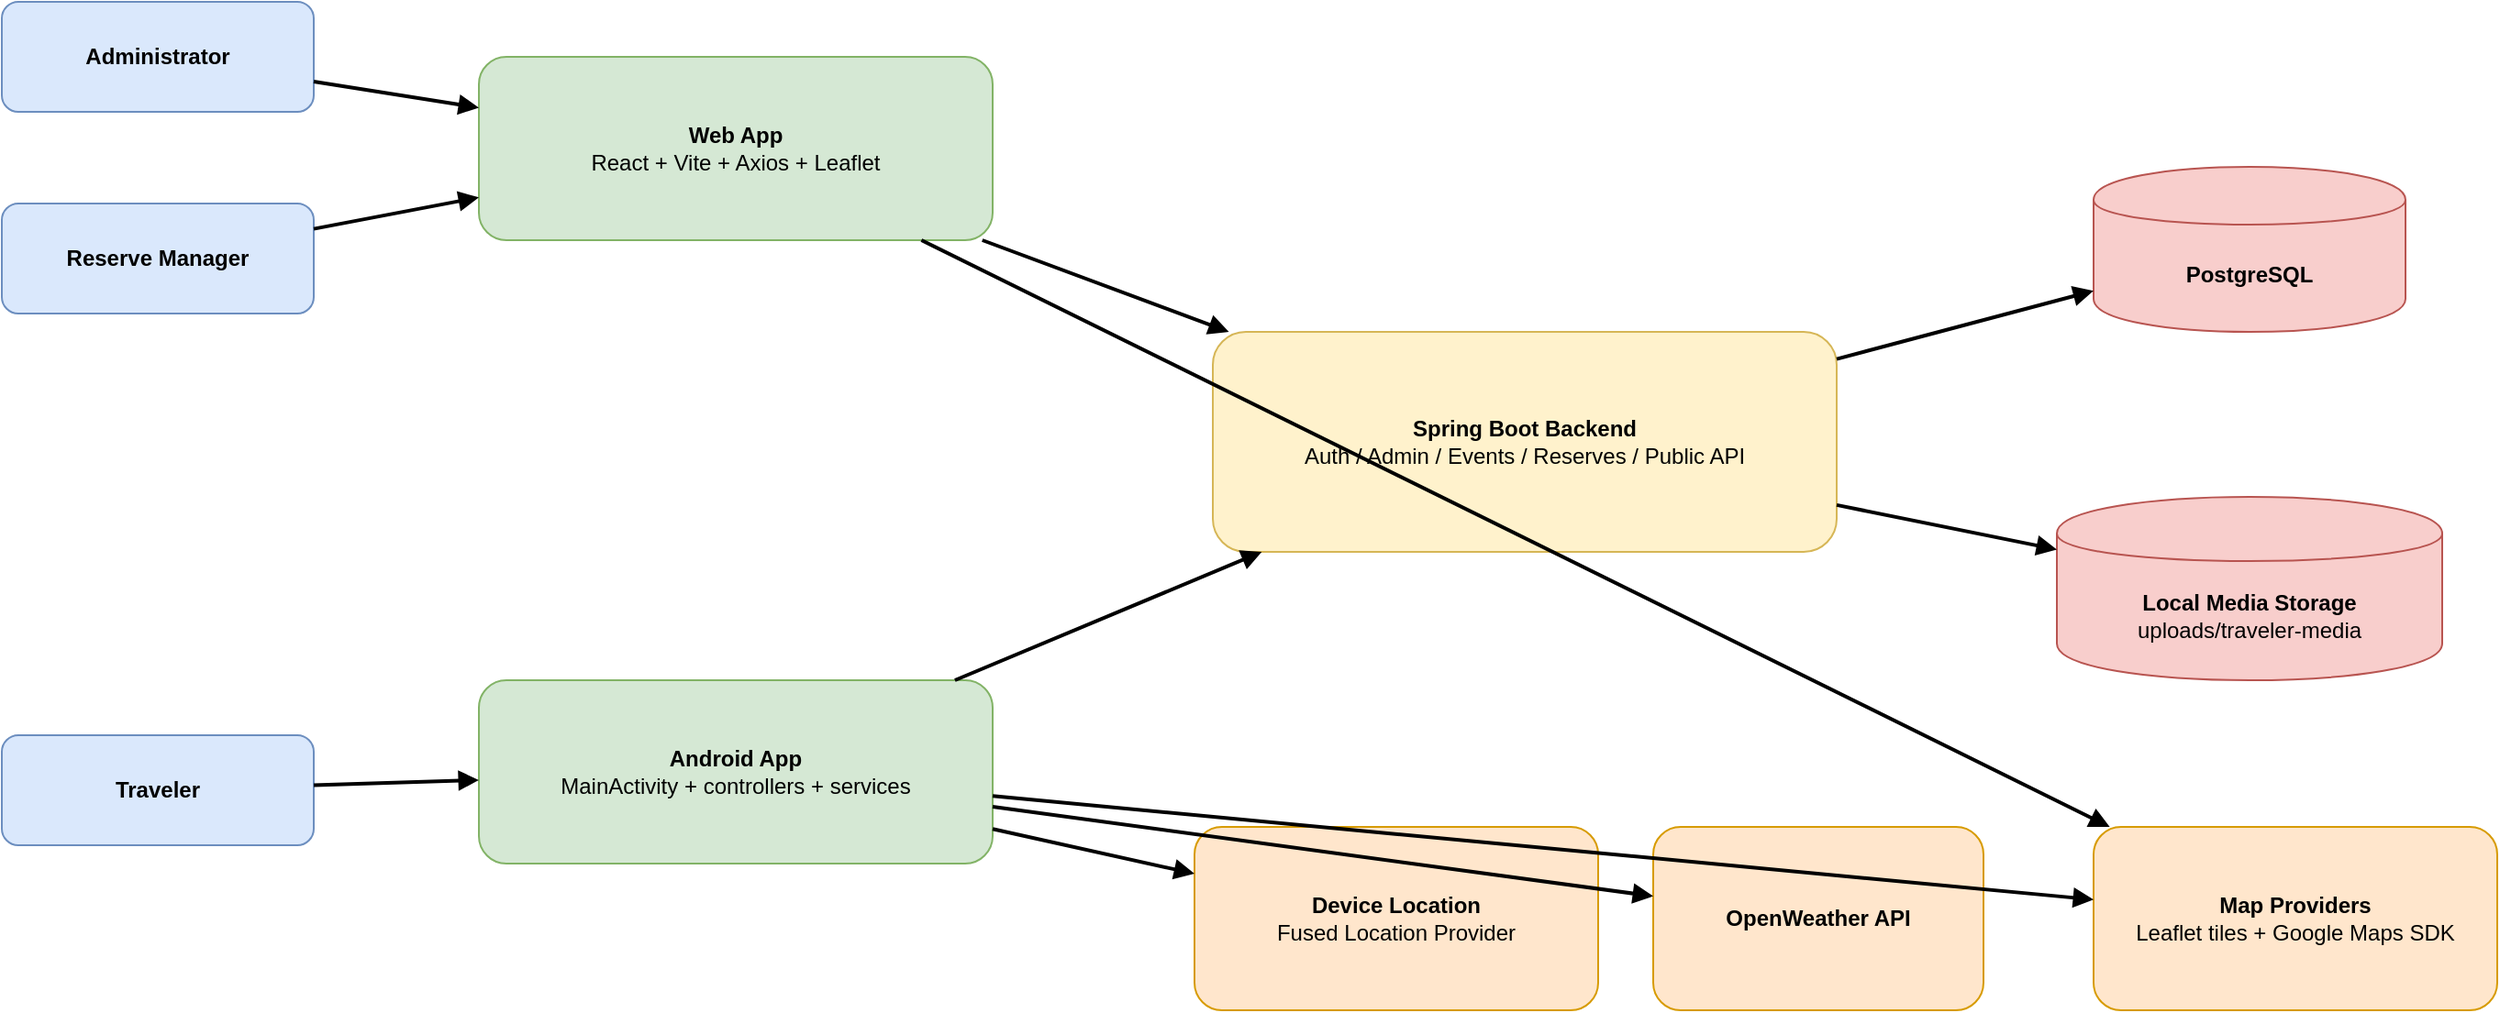
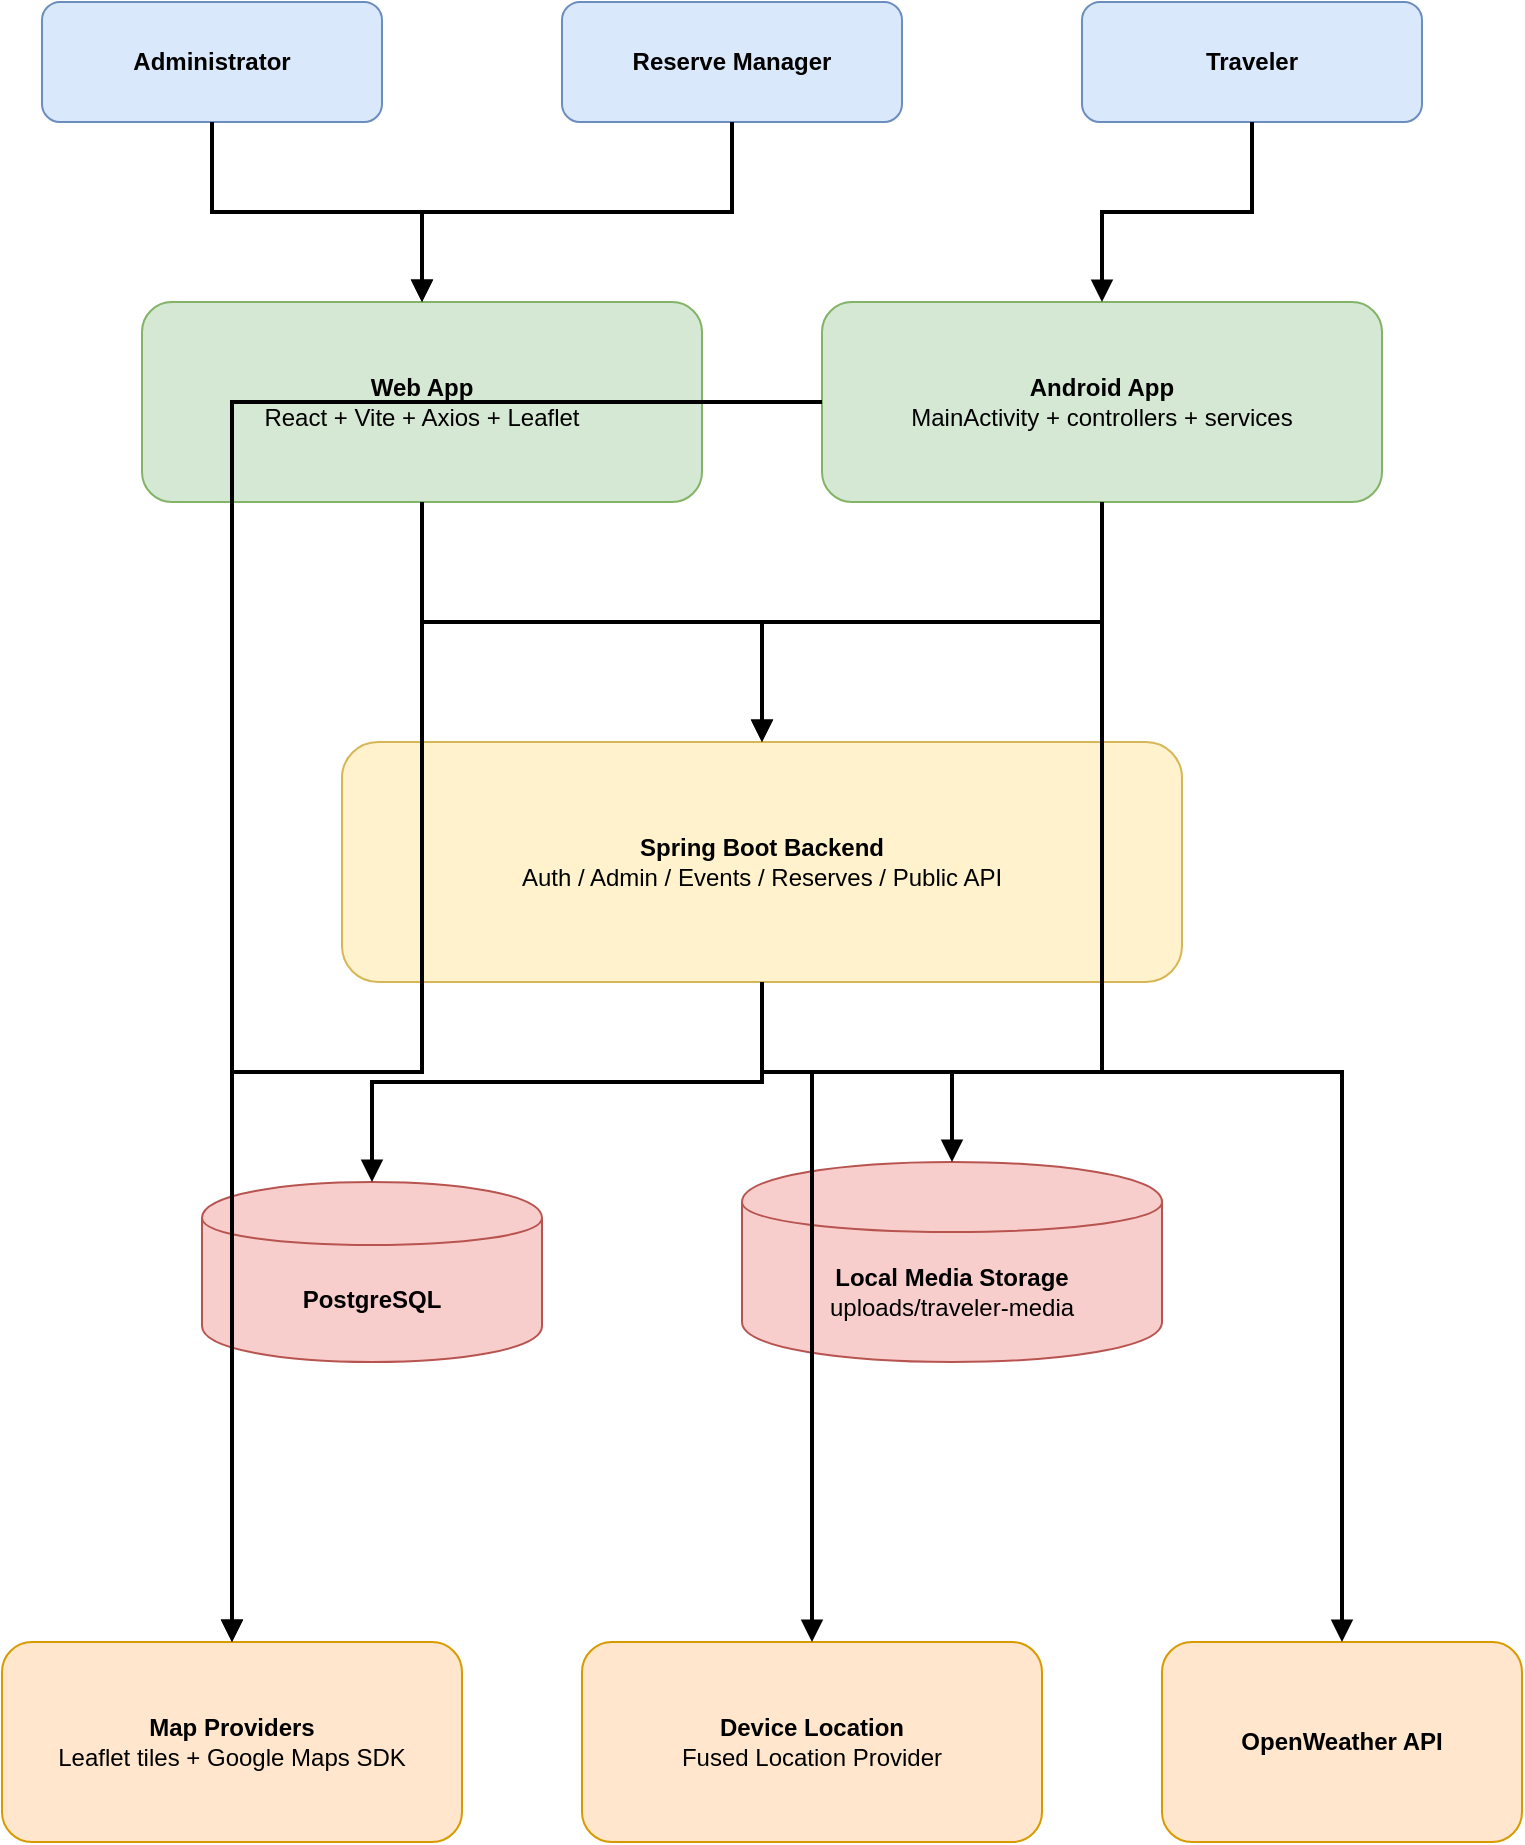
<mxfile host="Electron" agent="Mozilla/5.0 (Windows NT 10.0; Win64; x64) AppleWebKit/537.36 (KHTML, like Gecko) draw.io/29.6.6 Chrome/144.0.7559.236 Electron/40.8.4 Safari/537.36" version="29.6.6">
  <diagram id="system-architecture-diagram" name="Page-1">
-     <mxGraphModel dx="1188" dy="771" grid="1" gridSize="10" guides="1" tooltips="1" connect="1" arrows="1" fold="1" page="1" pageScale="1" pageWidth="1800" pageHeight="1000" math="0" shadow="0">
+     <mxGraphModel dx="1188" dy="771" grid="1" gridSize="10" guides="1" tooltips="1" connect="1" arrows="1" fold="1" page="1" pageScale="1" pageWidth="1200" pageHeight="1700" math="0" shadow="0">
      <root>
        <mxCell id="0" />
        <mxCell id="1" parent="0" />
        <mxCell id="admin" parent="1" style="rounded=1;whiteSpace=wrap;html=1;fillColor=#dae8fc;strokeColor=#6c8ebf;fontStyle=1;" value="Administrator" vertex="1">
-           <mxGeometry x="40" y="120" width="170" height="60" as="geometry" />
+           <mxGeometry x="120" y="60" width="170" height="60" as="geometry" />
        </mxCell>
        <mxCell id="manager" parent="1" style="rounded=1;whiteSpace=wrap;html=1;fillColor=#dae8fc;strokeColor=#6c8ebf;fontStyle=1;" value="Reserve Manager" vertex="1">
-           <mxGeometry x="40" y="230" width="170" height="60" as="geometry" />
+           <mxGeometry x="380" y="60" width="170" height="60" as="geometry" />
        </mxCell>
        <mxCell id="traveler" parent="1" style="rounded=1;whiteSpace=wrap;html=1;fillColor=#dae8fc;strokeColor=#6c8ebf;fontStyle=1;" value="Traveler" vertex="1">
-           <mxGeometry x="40" y="520" width="170" height="60" as="geometry" />
+           <mxGeometry x="640" y="60" width="170" height="60" as="geometry" />
        </mxCell>
        <mxCell id="web" parent="1" style="rounded=1;whiteSpace=wrap;html=1;fillColor=#d5e8d4;strokeColor=#82b366;fontStyle=1;" value="Web App&lt;br&gt;&lt;span style=&quot;font-weight: normal;&quot;&gt;React + Vite + Axios + Leaflet&lt;/span&gt;" vertex="1">
-           <mxGeometry x="300" y="150" width="280" height="100" as="geometry" />
+           <mxGeometry x="170" y="210" width="280" height="100" as="geometry" />
        </mxCell>
        <mxCell id="mobile" parent="1" style="rounded=1;whiteSpace=wrap;html=1;fillColor=#d5e8d4;strokeColor=#82b366;fontStyle=1;" value="Android App&lt;br&gt;&lt;span style=&quot;font-weight: normal;&quot;&gt;MainActivity + controllers + services&lt;/span&gt;" vertex="1">
-           <mxGeometry x="300" y="490" width="280" height="100" as="geometry" />
+           <mxGeometry x="510" y="210" width="280" height="100" as="geometry" />
        </mxCell>
        <mxCell id="backend" parent="1" style="rounded=1;whiteSpace=wrap;html=1;fillColor=#fff2cc;strokeColor=#d6b656;fontStyle=1;" value="Spring Boot Backend&lt;br&gt;&lt;span style=&quot;font-weight: normal;&quot;&gt;Auth / Admin / Events / Reserves / Public API&lt;/span&gt;" vertex="1">
-           <mxGeometry x="700" y="300" width="340" height="120" as="geometry" />
+           <mxGeometry x="270" y="430" width="420" height="120" as="geometry" />
        </mxCell>
        <mxCell id="db" parent="1" style="shape=cylinder;whiteSpace=wrap;html=1;boundedLbl=1;fillColor=#f8cecc;strokeColor=#b85450;fontStyle=1;" value="PostgreSQL" vertex="1">
-           <mxGeometry x="1180" y="210" width="170" height="90" as="geometry" />
+           <mxGeometry x="200" y="650" width="170" height="90" as="geometry" />
        </mxCell>
        <mxCell id="media" parent="1" style="shape=cylinder;whiteSpace=wrap;html=1;boundedLbl=1;fillColor=#f8cecc;strokeColor=#b85450;fontStyle=1;" value="Local Media Storage&lt;br&gt;&lt;span style=&quot;font-weight: normal;&quot;&gt;uploads/traveler-media&lt;/span&gt;" vertex="1">
-           <mxGeometry x="1160" y="390" width="210" height="100" as="geometry" />
+           <mxGeometry x="470" y="640" width="210" height="100" as="geometry" />
        </mxCell>
        <mxCell id="maps" parent="1" style="rounded=1;whiteSpace=wrap;html=1;fillColor=#ffe6cc;strokeColor=#d79b00;fontStyle=1;" value="Map Providers&lt;br&gt;&lt;span style=&quot;font-weight: normal;&quot;&gt;Leaflet tiles + Google Maps SDK&lt;/span&gt;" vertex="1">
-           <mxGeometry x="1180" y="570" width="220" height="100" as="geometry" />
+           <mxGeometry x="100" y="880" width="230" height="100" as="geometry" />
        </mxCell>
        <mxCell id="location" parent="1" style="rounded=1;whiteSpace=wrap;html=1;fillColor=#ffe6cc;strokeColor=#d79b00;fontStyle=1;" value="Device Location&lt;br&gt;&lt;span style=&quot;font-weight: normal;&quot;&gt;Fused Location Provider&lt;/span&gt;" vertex="1">
-           <mxGeometry x="690" y="570" width="220" height="100" as="geometry" />
+           <mxGeometry x="390" y="880" width="230" height="100" as="geometry" />
        </mxCell>
        <mxCell id="weather" parent="1" style="rounded=1;whiteSpace=wrap;html=1;fillColor=#ffe6cc;strokeColor=#d79b00;fontStyle=1;" value="OpenWeather API" vertex="1">
-           <mxGeometry x="940" y="570" width="180" height="100" as="geometry" />
+           <mxGeometry x="680" y="880" width="180" height="100" as="geometry" />
        </mxCell>
-         <mxCell id="e1" edge="1" parent="1" source="admin" target="web" style="endArrow=block;endFill=1;html=1;rounded=0;strokeWidth=2;">
+         <mxCell id="e1" edge="1" parent="1" source="admin" target="web" style="edgeStyle=orthogonalEdgeStyle;rounded=0;orthogonalLoop=1;jettySize=auto;endArrow=block;endFill=1;html=1;strokeWidth=2;">
          <mxGeometry relative="1" as="geometry" />
        </mxCell>
-         <mxCell id="e2" edge="1" parent="1" source="manager" target="web" style="endArrow=block;endFill=1;html=1;rounded=0;strokeWidth=2;">
+         <mxCell id="e2" edge="1" parent="1" source="manager" target="web" style="edgeStyle=orthogonalEdgeStyle;rounded=0;orthogonalLoop=1;jettySize=auto;endArrow=block;endFill=1;html=1;strokeWidth=2;">
          <mxGeometry relative="1" as="geometry" />
        </mxCell>
-         <mxCell id="e3" edge="1" parent="1" source="traveler" target="mobile" style="endArrow=block;endFill=1;html=1;rounded=0;strokeWidth=2;">
+         <mxCell id="e3" edge="1" parent="1" source="traveler" target="mobile" style="edgeStyle=orthogonalEdgeStyle;rounded=0;orthogonalLoop=1;jettySize=auto;endArrow=block;endFill=1;html=1;strokeWidth=2;">
          <mxGeometry relative="1" as="geometry" />
        </mxCell>
-         <mxCell id="e4" edge="1" parent="1" source="web" target="backend" style="endArrow=block;endFill=1;html=1;rounded=0;strokeWidth=2;">
+         <mxCell id="e4" edge="1" parent="1" source="web" target="backend" style="edgeStyle=orthogonalEdgeStyle;rounded=0;orthogonalLoop=1;jettySize=auto;endArrow=block;endFill=1;html=1;strokeWidth=2;">
          <mxGeometry relative="1" as="geometry" />
        </mxCell>
-         <mxCell id="e5" edge="1" parent="1" source="mobile" target="backend" style="endArrow=block;endFill=1;html=1;rounded=0;strokeWidth=2;">
+         <mxCell id="e5" edge="1" parent="1" source="mobile" target="backend" style="edgeStyle=orthogonalEdgeStyle;rounded=0;orthogonalLoop=1;jettySize=auto;endArrow=block;endFill=1;html=1;strokeWidth=2;">
          <mxGeometry relative="1" as="geometry" />
        </mxCell>
-         <mxCell id="e6" edge="1" parent="1" source="backend" target="db" style="endArrow=block;endFill=1;html=1;rounded=0;strokeWidth=2;">
+         <mxCell id="e6" edge="1" parent="1" source="backend" target="db" style="edgeStyle=orthogonalEdgeStyle;rounded=0;orthogonalLoop=1;jettySize=auto;endArrow=block;endFill=1;html=1;strokeWidth=2;">
          <mxGeometry relative="1" as="geometry" />
        </mxCell>
-         <mxCell id="e7" edge="1" parent="1" source="backend" target="media" style="endArrow=block;endFill=1;html=1;rounded=0;strokeWidth=2;">
+         <mxCell id="e7" edge="1" parent="1" source="backend" target="media" style="edgeStyle=orthogonalEdgeStyle;rounded=0;orthogonalLoop=1;jettySize=auto;endArrow=block;endFill=1;html=1;strokeWidth=2;">
          <mxGeometry relative="1" as="geometry" />
        </mxCell>
-         <mxCell id="e8" edge="1" parent="1" source="web" target="maps" style="endArrow=block;endFill=1;html=1;rounded=0;strokeWidth=2;">
+         <mxCell id="e8" edge="1" parent="1" source="web" target="maps" style="edgeStyle=orthogonalEdgeStyle;rounded=0;orthogonalLoop=1;jettySize=auto;endArrow=block;endFill=1;html=1;strokeWidth=2;">
          <mxGeometry relative="1" as="geometry" />
        </mxCell>
-         <mxCell id="e9" edge="1" parent="1" source="mobile" target="maps" style="endArrow=block;endFill=1;html=1;rounded=0;strokeWidth=2;">
+         <mxCell id="e9" edge="1" parent="1" source="mobile" target="maps" style="edgeStyle=orthogonalEdgeStyle;rounded=0;orthogonalLoop=1;jettySize=auto;endArrow=block;endFill=1;html=1;strokeWidth=2;">
          <mxGeometry relative="1" as="geometry" />
        </mxCell>
-         <mxCell id="e10" edge="1" parent="1" source="mobile" target="location" style="endArrow=block;endFill=1;html=1;rounded=0;strokeWidth=2;">
+         <mxCell id="e10" edge="1" parent="1" source="mobile" target="location" style="edgeStyle=orthogonalEdgeStyle;rounded=0;orthogonalLoop=1;jettySize=auto;endArrow=block;endFill=1;html=1;strokeWidth=2;">
          <mxGeometry relative="1" as="geometry" />
        </mxCell>
-         <mxCell id="e11" edge="1" parent="1" source="mobile" target="weather" style="endArrow=block;endFill=1;html=1;rounded=0;strokeWidth=2;">
+         <mxCell id="e11" edge="1" parent="1" source="mobile" target="weather" style="edgeStyle=orthogonalEdgeStyle;rounded=0;orthogonalLoop=1;jettySize=auto;endArrow=block;endFill=1;html=1;strokeWidth=2;">
          <mxGeometry relative="1" as="geometry" />
        </mxCell>
      </root>
    </mxGraphModel>
  </diagram>
</mxfile>
